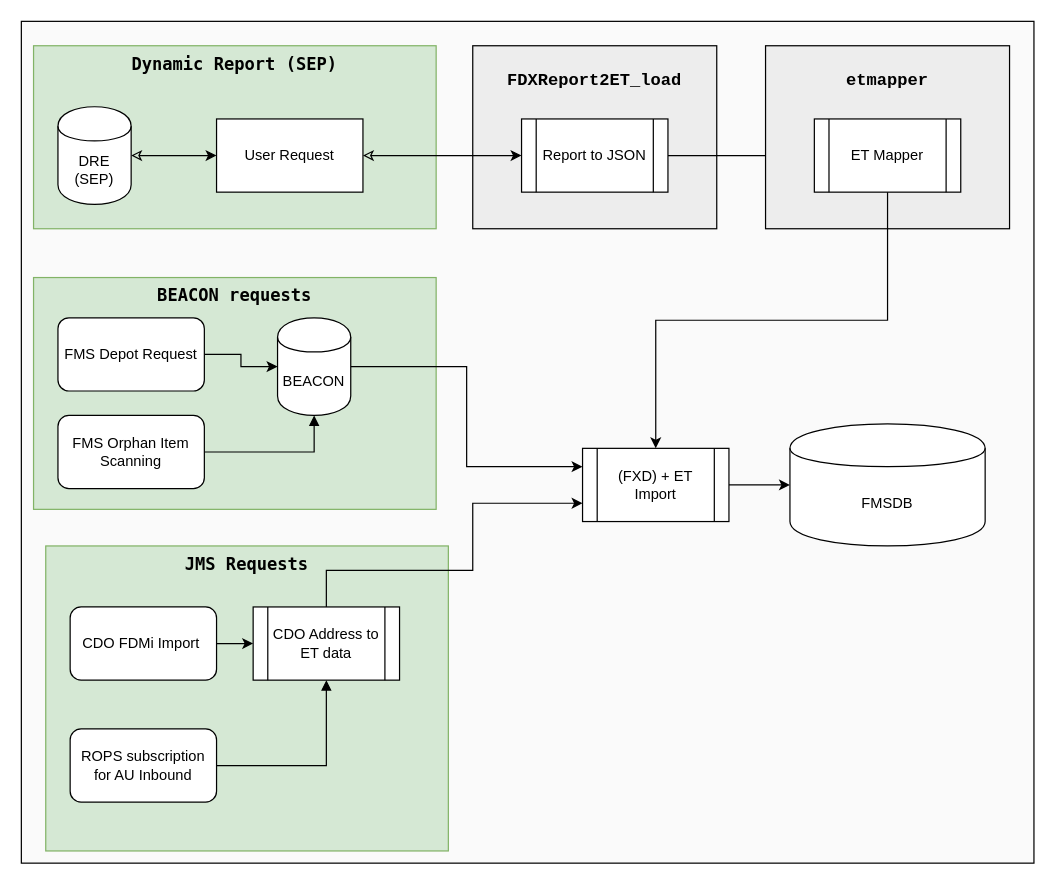
This is beaconfms.drawio from mattybee/WorkPrjs, a draw.io file, before an edit. Source tidied: cells renumbered, new cells numbered last; positions are measured from the earlier drawing's top-left corner, leaving out a move shared by most shapes. Both pictures are drawn from the tidied source at 122%, with x=0, y=0 at pixel (21, 21).
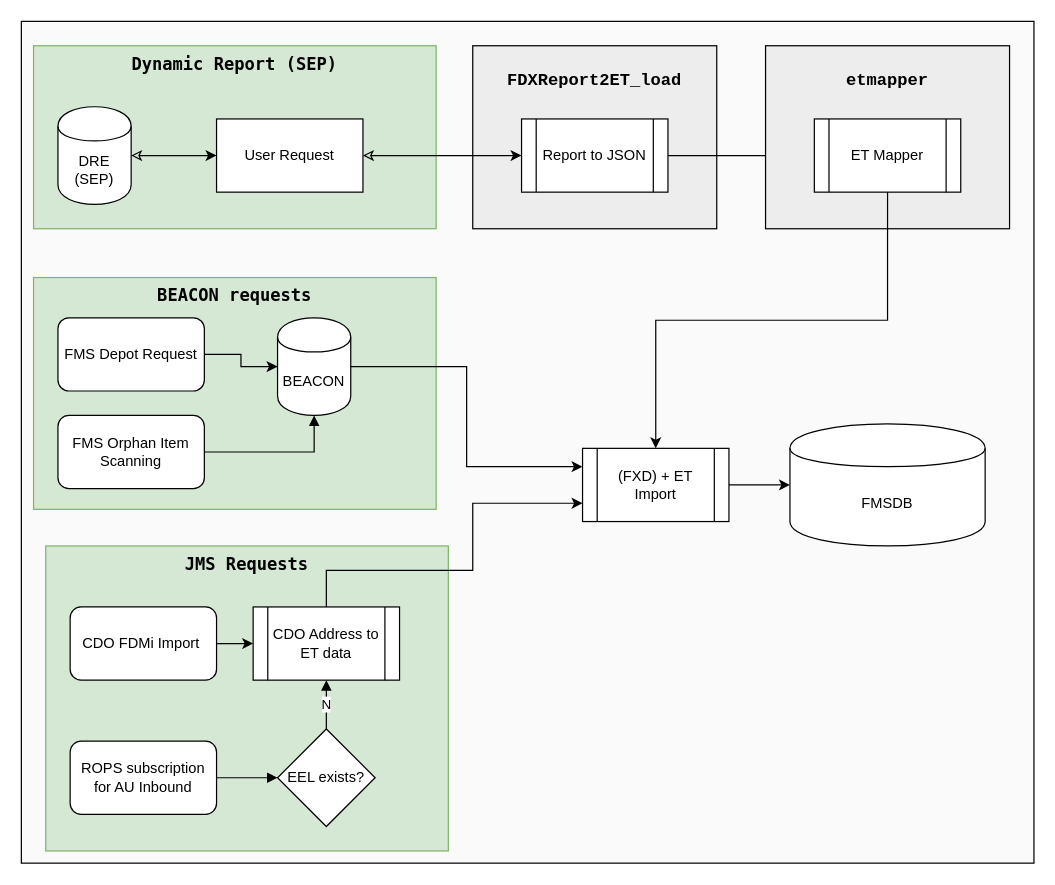
Above is the later version.

Unchanged cells that the change refers to:
```xml
<mxCell id="22" value="CDO Address to ET data" style="shape=process;whiteSpace=wrap;html=1;backgroundOutline=1;" parent="1" vertex="1">
  <mxGeometry x="190" y="480" width="120" height="60" as="geometry" />
</mxCell>
```

The edit, as a diff of the source:
```diff
@@
-    <mxCell id="27" style="edgeStyle=orthogonalEdgeStyle;rounded=0;jettySize=auto;html=1;entryX=0.5;entryY=1;entryDx=0;entryDy=0;startArrow=none;startFill=0;endArrow=block;endFill=1;" parent="1" edge="1" source="28" target="22">
+    <mxCell id="27" value="N" style="edgeStyle=orthogonalEdgeStyle;rounded=0;jettySize=auto;html=1;entryX=0.5;entryY=1;entryDx=0;entryDy=0;startArrow=none;startFill=0;endArrow=block;endFill=1;" parent="1" edge="1" source="31" target="22">
       <mxGeometry relative="1" as="geometry" />
     </mxCell>
     <mxCell id="28" value="ROPS subscription for AU Inbound" style="rounded=1;whiteSpace=wrap;html=1;" parent="1" vertex="1">
-      <mxGeometry x="40" y="580" width="120" height="60" as="geometry" />
+      <mxGeometry x="40" y="590" width="120" height="60" as="geometry" />
     </mxCell>
@@
+    <mxCell id="31" value="EEL exists?" style="rhombus;whiteSpace=wrap;html=1;" parent="1" vertex="1">
+      <mxGeometry x="210" y="580" width="80" height="80" as="geometry" />
+    </mxCell>
+    <mxCell id="32" style="edgeStyle=orthogonalEdgeStyle;rounded=0;jettySize=auto;html=1;entryX=0;entryY=0.5;entryDx=0;entryDy=0;startArrow=none;startFill=0;endArrow=block;endFill=1;" parent="1" edge="1" source="28" target="31">
+      <mxGeometry relative="1" as="geometry" />
+    </mxCell>
```
